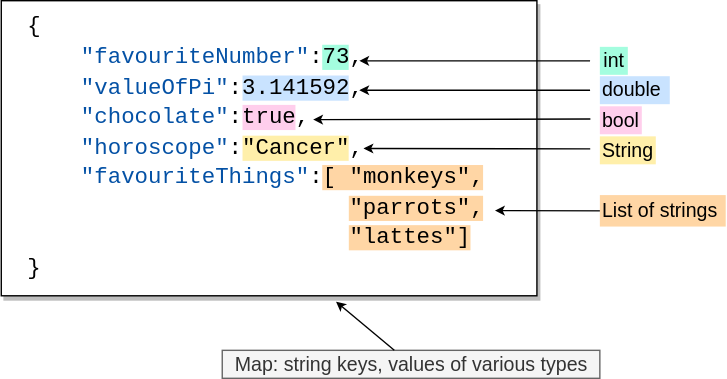
The draw.io diagram diagrams/tutorials/web/jsonstring.svg in dart-lang/site-www, before a commit. Source tidied: cells renumbered, new cells last; positions are measured from the earlier drawing's top-left corner, leaving out a move shared by most shapes.
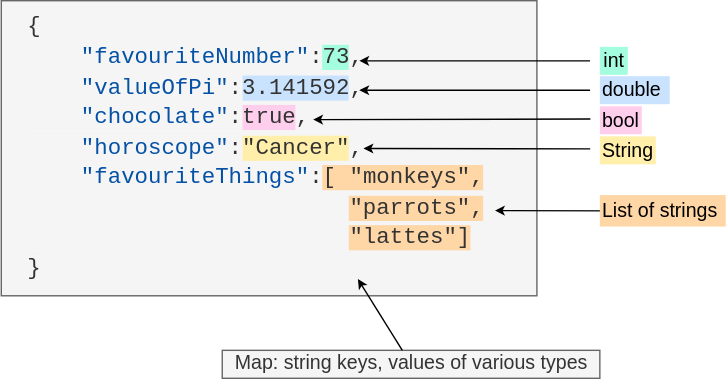
After the commit.

Commit message:
Replace background in jsonstring.svg

What changed in the source:
```diff
@@ -2,7 +2,7 @@
   <root>
     <mxCell id="0" />
     <mxCell id="1" parent="0" />
-    <mxCell id="2" value="&lt;div style=&quot;font-size: 16px ; line-height: 135%&quot;&gt;&lt;div&gt;&lt;span style=&quot;background-color: rgb(255 , 255 , 255)&quot;&gt;{&lt;/span&gt;&lt;/div&gt;&lt;div&gt;&lt;span style=&quot;background-color: rgb(255 , 255 , 255)&quot;&gt;&amp;nbsp;&amp;nbsp;&amp;nbsp;&amp;nbsp;&lt;/span&gt;&lt;span style=&quot;background-color: rgb(255 , 255 , 255) ; color: rgb(4 , 81 , 165)&quot;&gt;&quot;favouriteNumber&quot;&lt;/span&gt;&lt;span style=&quot;background-color: rgb(255 , 255 , 255)&quot;&gt;:&lt;/span&gt;&lt;font style=&quot;background-color: rgb(164 , 253 , 223)&quot;&gt;73&lt;/font&gt;&lt;span style=&quot;background-color: rgb(255 , 255 , 255)&quot;&gt;,&lt;/span&gt;&lt;/div&gt;&lt;div&gt;&lt;span style=&quot;background-color: rgb(255 , 255 , 255)&quot;&gt;&amp;nbsp;&amp;nbsp;&amp;nbsp;&amp;nbsp;&lt;/span&gt;&lt;span style=&quot;background-color: rgb(255 , 255 , 255) ; color: rgb(4 , 81 , 165)&quot;&gt;&quot;valueOfPi&quot;&lt;/span&gt;&lt;span style=&quot;background-color: rgb(255 , 255 , 255)&quot;&gt;:&lt;/span&gt;&lt;font style=&quot;background-color: rgb(201 , 227 , 255)&quot;&gt;3.141592&lt;/font&gt;&lt;span style=&quot;background-color: rgb(255 , 255 , 255)&quot;&gt;,&lt;/span&gt;&lt;/div&gt;&lt;div&gt;&lt;span style=&quot;background-color: rgb(255 , 255 , 255)&quot;&gt;&amp;nbsp;&amp;nbsp;&amp;nbsp;&amp;nbsp;&lt;/span&gt;&lt;span style=&quot;background-color: rgb(255 , 255 , 255) ; color: rgb(4 , 81 , 165)&quot;&gt;&quot;chocolate&quot;&lt;/span&gt;&lt;span style=&quot;background-color: rgb(255 , 255 , 255)&quot;&gt;:&lt;/span&gt;&lt;font style=&quot;background-color: rgb(255 , 206 , 236)&quot;&gt;true&lt;/font&gt;&lt;span style=&quot;background-color: rgb(255 , 255 , 255)&quot;&gt;,&lt;/span&gt;&lt;/div&gt;&lt;div&gt;&lt;span style=&quot;background-color: rgb(255 , 255 , 255)&quot;&gt;&amp;nbsp;&amp;nbsp;&amp;nbsp;&amp;nbsp;&lt;/span&gt;&lt;span style=&quot;background-color: rgb(255 , 255 , 255) ; color: rgb(4 , 81 , 165)&quot;&gt;&quot;horoscope&quot;&lt;/span&gt;&lt;span style=&quot;background-color: rgb(255 , 255 , 255)&quot;&gt;:&lt;/span&gt;&lt;font style=&quot;background-color: rgb(255 , 239 , 170)&quot;&gt;&quot;Cancer&quot;&lt;/font&gt;&lt;span style=&quot;background-color: rgb(255 , 255 , 255)&quot;&gt;,&lt;/span&gt;&lt;/div&gt;&lt;div&gt;&lt;span style=&quot;background-color: rgb(255 , 255 , 255)&quot;&gt;&amp;nbsp;&amp;nbsp;&amp;nbsp;&amp;nbsp;&lt;/span&gt;&lt;span style=&quot;background-color: rgb(255 , 255 , 255) ; color: rgb(4 , 81 , 165)&quot;&gt;&quot;favouriteThings&quot;&lt;/span&gt;&lt;span style=&quot;background-color: rgb(255 , 255 , 255)&quot;&gt;:&lt;/span&gt;&lt;font style=&quot;background-color: rgb(255 , 214 , 165)&quot;&gt;[&amp;nbsp;&quot;monkeys&quot;,&lt;/font&gt;&lt;/div&gt;&lt;div&gt;&lt;font style=&quot;background-color: rgb(255 , 255 , 255)&quot;&gt;&amp;nbsp; &amp;nbsp;&lt;span style=&quot;white-space: pre&quot;&gt;&#9;&lt;/span&gt;&amp;nbsp;&amp;nbsp;&amp;nbsp;&amp;nbsp;&amp;nbsp;&amp;nbsp;&amp;nbsp;&amp;nbsp;&lt;span style=&quot;white-space: pre&quot;&gt;&#9;&lt;/span&gt;&lt;/font&gt;&lt;font style=&quot;background-color: rgb(255 , 214 , 165)&quot;&gt;&quot;parrots&quot;,&lt;/font&gt;&lt;/div&gt;&lt;div&gt;&lt;font style=&quot;background-color: rgb(255 , 255 , 255)&quot;&gt;&amp;nbsp; &amp;nbsp; &amp;nbsp; &amp;nbsp; &amp;nbsp; &amp;nbsp; &amp;nbsp;&amp;nbsp;&lt;span style=&quot;white-space: pre&quot;&gt;&#9;&lt;/span&gt;&amp;nbsp;&amp;nbsp;&amp;nbsp;&amp;nbsp;&amp;nbsp;&amp;nbsp;&amp;nbsp;&amp;nbsp;&lt;/font&gt;&lt;font style=&quot;background-color: rgb(255 , 214 , 165)&quot;&gt;&quot;lattes&quot;]&lt;/font&gt;&lt;/div&gt;&lt;div&gt;&lt;span style=&quot;background-color: rgb(255 , 255 , 255)&quot;&gt;}&lt;/span&gt;&lt;/div&gt;&lt;/div&gt;" style="rounded=0;whiteSpace=wrap;html=1;align=left;perimeterSpacing=0;glass=0;spacingLeft=17;shadow=1;sketch=0;fontFamily=Courier New;" parent="1" vertex="1">
+    <mxCell id="2" value="&lt;div style=&quot;font-size: 16px ; line-height: 135%&quot;&gt;&lt;div&gt;&lt;span style=&quot;background-color: rgb(245 , 245 , 245)&quot;&gt;{&lt;/span&gt;&lt;/div&gt;&lt;div&gt;&lt;span style=&quot;background-color: rgb(245 , 245 , 245)&quot;&gt;&amp;nbsp;&amp;nbsp;&amp;nbsp;&amp;nbsp;&lt;span style=&quot;color: rgb(4 , 81 , 165)&quot;&gt;&quot;favouriteNumber&quot;&lt;/span&gt;:&lt;/span&gt;&lt;font style=&quot;background-color: rgb(164 , 253 , 223)&quot;&gt;73&lt;/font&gt;&lt;span style=&quot;background-color: rgb(245 , 245 , 245)&quot;&gt;,&lt;/span&gt;&lt;/div&gt;&lt;div&gt;&lt;span style=&quot;background-color: rgb(245 , 245 , 245)&quot;&gt;&amp;nbsp;&amp;nbsp;&amp;nbsp;&amp;nbsp;&lt;span style=&quot;color: rgb(4 , 81 , 165)&quot;&gt;&quot;valueOfPi&quot;&lt;/span&gt;:&lt;/span&gt;&lt;font style=&quot;background-color: rgb(201 , 227 , 255)&quot;&gt;3.141592&lt;/font&gt;&lt;span style=&quot;background-color: rgb(245 , 245 , 245)&quot;&gt;,&lt;/span&gt;&lt;/div&gt;&lt;div&gt;&lt;span style=&quot;background-color: rgb(245 , 245 , 245)&quot;&gt;&amp;nbsp;&amp;nbsp;&amp;nbsp;&amp;nbsp;&lt;span style=&quot;color: rgb(4 , 81 , 165)&quot;&gt;&quot;chocolate&quot;&lt;/span&gt;:&lt;/span&gt;&lt;font style=&quot;background-color: rgb(255 , 206 , 236)&quot;&gt;true&lt;/font&gt;&lt;span style=&quot;background-color: rgb(245 , 245 , 245)&quot;&gt;,&lt;/span&gt;&lt;/div&gt;&lt;div&gt;&lt;span style=&quot;background-color: rgb(245 , 245 , 245)&quot;&gt;&amp;nbsp;&amp;nbsp;&amp;nbsp;&amp;nbsp;&lt;span style=&quot;color: rgb(4 , 81 , 165)&quot;&gt;&quot;horoscope&quot;&lt;/span&gt;:&lt;/span&gt;&lt;font style=&quot;background-color: rgb(255 , 239 , 170)&quot;&gt;&quot;Cancer&quot;&lt;/font&gt;&lt;span style=&quot;background-color: rgb(245 , 245 , 245)&quot;&gt;,&lt;/span&gt;&lt;/div&gt;&lt;div&gt;&lt;span style=&quot;background-color: rgb(245 , 245 , 245)&quot;&gt;&amp;nbsp;&amp;nbsp;&amp;nbsp;&amp;nbsp;&lt;span style=&quot;color: rgb(4 , 81 , 165)&quot;&gt;&quot;favouriteThings&quot;&lt;/span&gt;:&lt;/span&gt;&lt;font style=&quot;background-color: rgb(255 , 214 , 165)&quot;&gt;[&amp;nbsp;&quot;monkeys&quot;,&lt;/font&gt;&lt;/div&gt;&lt;div&gt;&lt;font style=&quot;background-color: rgb(245 , 245 , 245)&quot;&gt;&amp;nbsp; &amp;nbsp;&lt;span style=&quot;white-space: pre&quot;&gt;&#9;&lt;/span&gt;&amp;nbsp;&amp;nbsp;&amp;nbsp;&amp;nbsp;&amp;nbsp;&amp;nbsp;&amp;nbsp;&amp;nbsp;&lt;span style=&quot;white-space: pre&quot;&gt;&#9;&lt;/span&gt;&lt;/font&gt;&lt;font style=&quot;background-color: rgb(255 , 214 , 165)&quot;&gt;&quot;parrots&quot;,&lt;/font&gt;&lt;/div&gt;&lt;div&gt;&lt;font style=&quot;background-color: rgb(245 , 245 , 245)&quot;&gt;&amp;nbsp; &amp;nbsp; &amp;nbsp; &amp;nbsp; &amp;nbsp; &amp;nbsp; &amp;nbsp;&amp;nbsp;&lt;span style=&quot;white-space: pre&quot;&gt;&#9;&lt;/span&gt;&amp;nbsp;&amp;nbsp;&amp;nbsp;&amp;nbsp;&amp;nbsp;&amp;nbsp;&amp;nbsp;&amp;nbsp;&lt;/font&gt;&lt;font style=&quot;background-color: rgb(255 , 214 , 165)&quot;&gt;&quot;lattes&quot;]&lt;/font&gt;&lt;/div&gt;&lt;div&gt;&lt;span style=&quot;background-color: rgb(245 , 245 , 245)&quot;&gt;}&lt;/span&gt;&lt;/div&gt;&lt;/div&gt;" style="rounded=0;whiteSpace=wrap;html=1;align=left;perimeterSpacing=0;glass=0;spacingLeft=17;shadow=0;sketch=0;fontFamily=Courier New;fillColor=#f5f5f5;strokeColor=#666666;fontColor=#333333;" parent="1" vertex="1">
       <mxGeometry width="383" height="211" as="geometry" />
     </mxCell>
     <mxCell id="3" style="endArrow=classic;html=1;fontSize=14;endSize=4;jumpStyle=none;exitX=0;exitY=0.5;exitDx=0;exitDy=0;fontFamily=Inconsolata;fontSource=https%3A%2F%2Ffonts.googleapis.com%2Fcss%3Ffamily%3DInconsolata;" parent="1" edge="1">
@@ -29,12 +29,9 @@
         <mxPoint x="259" y="105.7" as="targetPoint" />
       </mxGeometry>
     </mxCell>
-    <mxCell id="7" value="Map: string keys, values of various types" style="text;html=1;align=center;verticalAlign=middle;points=[];fontSize=14;strokeColor=#666666;fillColor=#f5f5f5;fontColor=#333333;fontFamily=Helvetica;" parent="1" vertex="1">
+    <mxCell id="7" value="Map: string keys, values of various types" style="text;html=1;align=center;verticalAlign=middle;points=[];fontSize=14;strokeColor=#666666;fillColor=#f5f5f5;fontFamily=Helvetica;spacingBottom=2;shadow=0;fontColor=#333333;" parent="1" vertex="1">
       <mxGeometry x="158" y="250" width="270" height="20" as="geometry" />
     </mxCell>
-    <mxCell id="8" style="endArrow=classic;html=1;fontSize=14;endSize=4;entryX=0.625;entryY=1.02;entryDx=0;entryDy=0;entryPerimeter=0;fontFamily=Inconsolata;fontSource=https%3A%2F%2Ffonts.googleapis.com%2Fcss%3Ffamily%3DInconsolata;" parent="1" edge="1" source="7" target="2">
-      <mxGeometry relative="1" as="geometry" />
-    </mxCell>
     <mxCell id="9" style="endArrow=classic;html=1;fontSize=14;endSize=4;jumpStyle=none;exitX=0;exitY=0.5;exitDx=0;exitDy=0;fontFamily=Inconsolata;fontSource=https%3A%2F%2Ffonts.googleapis.com%2Fcss%3Ffamily%3DInconsolata;" parent="1" edge="1">
       <mxGeometry relative="1" as="geometry">
         <mxPoint x="438" y="150.2" as="sourcePoint" />
@@ -56,5 +53,10 @@
     <mxCell id="14" value="&lt;span style=&quot;background-color: rgb(255, 214, 165); font-size: 14px;&quot;&gt;&lt;font style=&quot;font-size: 14px;&quot;&gt;List of strings&lt;/font&gt;&lt;/span&gt;" style="rounded=0;whiteSpace=wrap;html=1;align=left;fillColor=#FFD6A5;strokeColor=none;fontSize=14;fontFamily=Helvetica;" parent="1" vertex="1">
       <mxGeometry x="428" y="139" width="90" height="22.5" as="geometry" />
     </mxCell>
+    <mxCell id="8" style="endArrow=classic;html=1;fontSize=14;endSize=4;fontFamily=Inconsolata;fontSource=https%3A%2F%2Ffonts.googleapis.com%2Fcss%3Ffamily%3DInconsolata;" parent="1" edge="1" source="7">
+      <mxGeometry relative="1" as="geometry">
+        <mxPoint x="255" y="199" as="targetPoint" />
+      </mxGeometry>
+    </mxCell>
   </root>
 </mxGraphModel>
```
